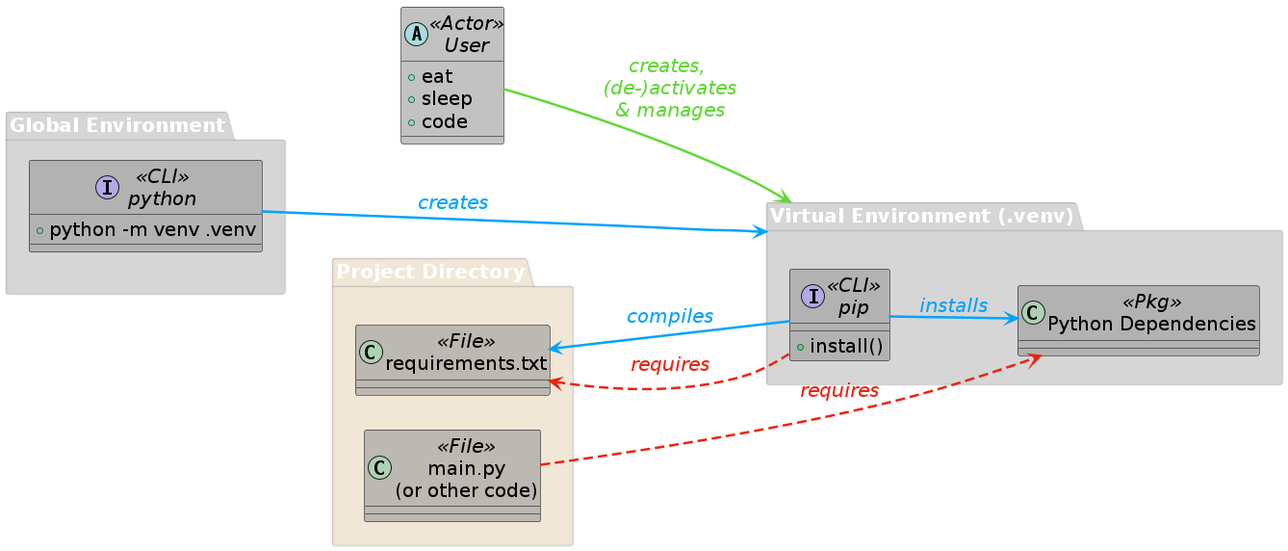
This is assets/diagram-simple/diagram-simple.png from HisQu/buildben, a PlantUML export, as it was before one commit. Its diagram source:
```plantuml
@startuml
left to right direction

skinparam defaultFontSize 20
skinparam BackgroundColor transparent
skinparam package {
    BackgroundColor #99999966
    BorderColor     #99999966
    BorderWidth     2
    FontColor       #ffffff
}
skinparam class {
    BackgroundColor #99999999
    BorderColor     #000000
}

package "Global Environment" as GE {
    interface "python" as PY  <<CLI>> {
        +python -m venv .venv
    }
}

package "Project Directory" as PDIR #d9c49966 {
    class "requirements.txt"         as REQ <<File>>
    class "main.py\n(or other code)" as APP <<File>>
}



package "Virtual Environment (.venv)" as VENV  {
    interface "pip"          as PIP <<CLI>> {
        +install()
    }
    class "Python Dependencies" as PKG <<Pkg>>
}

GE   -[hidden]-> PDIR
PDIR -[hidden]-> VENV

<style>
arrow {
    LineColor #00A2FF
    LineThickness 2.5
    FontColor #00A2FF
    FontStyle italic
}
</style>

PY  --> VENV : creates
PIP --> PKG  : installs


REQ <-- PIP  : compiles

<style>
arrow {
    LineColor #61D836
    FontColor #61D836
}
</style>
abstract "User" as USER <<Actor>> {
    +eat
    +sleep
    +code
}
USER  --> VENV : creates, \n (de-)activates \n& manages


<style>
arrow {
    LineStyle 10-5
    LineColor #EE220C
    FontColor #EE220C
}
</style>
APP --> PKG  : requires
REQ <-- PIP  : requires

@enduml
```
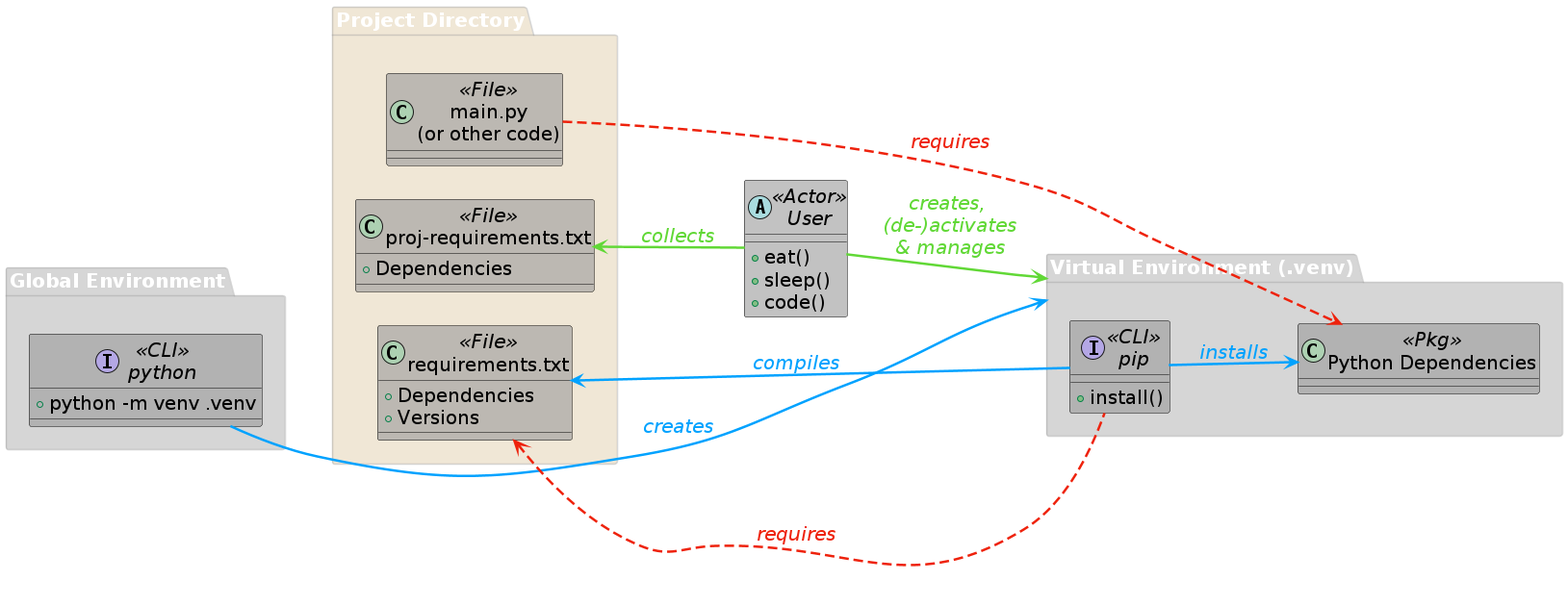
Above is the later version.

Change to the diagram source:
```diff
@@ -21,7 +21,13 @@
 }
 
 package "Project Directory" as PDIR #d9c49966 {
-    class "requirements.txt"         as REQ <<File>>
+    class "proj-requirements.txt"   as REQ_PROJ <<File>>{
+        +Dependencies
+    }
+    class "requirements.txt"         as REQ <<File>>{
+        +Dependencies
+        +Versions
+    }
     class "main.py\n(or other code)" as APP <<File>>
 }
 
@@ -59,12 +65,12 @@
 }
 </style>
 abstract "User" as USER <<Actor>> {
-    +eat
-    +sleep
-    +code
+    +eat()
+    +sleep()
+    +code()
 }
 USER  --> VENV : creates, \n (de-)activates \n& manages
-
+REQ_PROJ <-- USER : collects
 
 <style>
 arrow {
```
